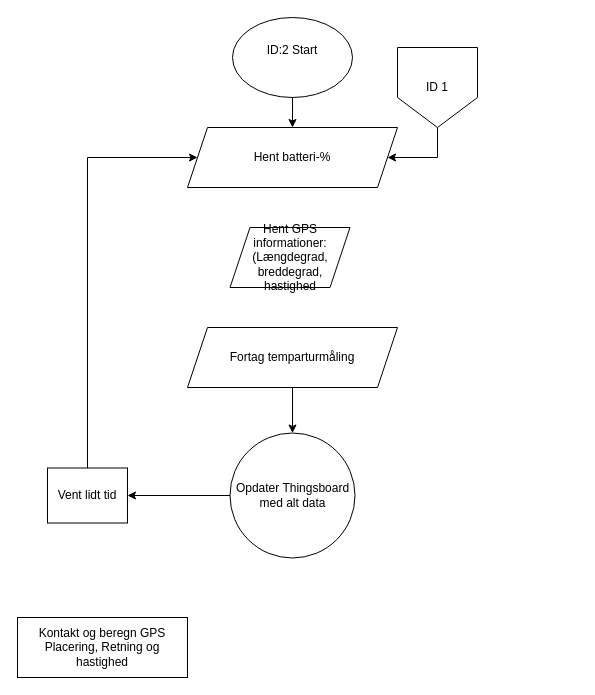
Before: SW FlowCharts/ID2 V1 Info på Display.drawio in KEA-E24-B9-IOT1/E24-B9-IoT1, a draw.io diagram. Source tidied: cells renumbered, new cells numbered last; positions are measured from the earlier drawing's top-left corner, leaving out a move shared by most shapes. Both pictures are drawn from the tidied source at 100%, with x=0, y=0 at pixel (17, 17).
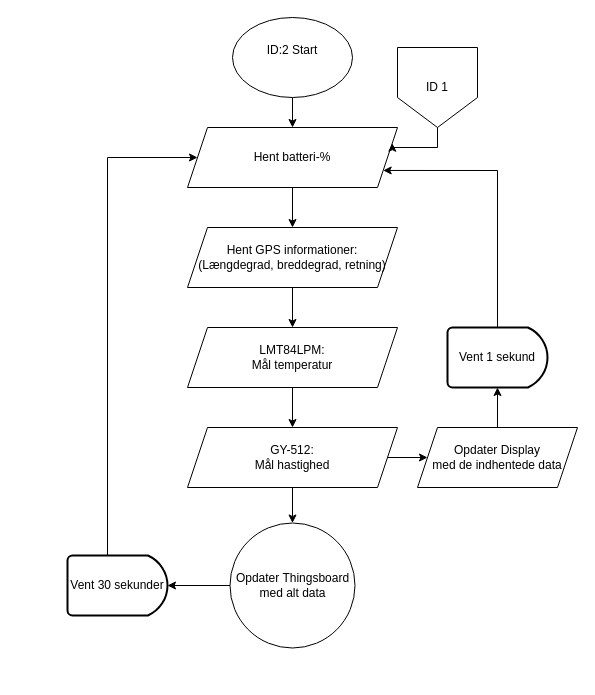
Above is the later version.

Unchanged cells that the change refers to:
```xml
<mxCell id="4" value="Hent batteri-%" style="shape=parallelogram;perimeter=parallelogramPerimeter;whiteSpace=wrap;html=1;fixedSize=1;rounded=0;" parent="1" vertex="1">
  <mxGeometry x="170" y="110" width="210" height="60" as="geometry" />
</mxCell>
<mxCell id="13" value="ID 1" style="shape=offPageConnector;whiteSpace=wrap;html=1;" parent="1" vertex="1">
  <mxGeometry x="380" y="30" width="80" height="80" as="geometry" />
</mxCell>
```

The edit, as a diff of the source:
```diff
@@
-    <mxCell id="5" style="edgeStyle=orthogonalEdgeStyle;rounded=0;jettySize=auto;html=1;" parent="1" edge="1" source="6" target="8">
-      <mxGeometry relative="1" as="geometry" />
-    </mxCell>
+    <mxCell id="15" style="edgeStyle=orthogonalEdgeStyle;rounded=0;jettySize=auto;html=1;" parent="1" edge="1" source="6" target="21">
+      <mxGeometry relative="1" as="geometry" />
+    </mxCell>
     <mxCell id="6" value="Opdater Thingsboard med alt data" style="ellipse;whiteSpace=wrap;html=1;" parent="1" vertex="1">
-      <mxGeometry x="212.5" y="415.5" width="125" height="125" as="geometry" />
+      <mxGeometry x="212.5" y="505.5" width="125" height="125" as="geometry" />
     </mxCell>
-    <mxCell id="7" style="edgeStyle=orthogonalEdgeStyle;rounded=0;jettySize=auto;html=1;entryX=0;entryY=0.5;entryDx=0;entryDy=0;" parent="1" edge="1" source="8" target="4">
+    <mxCell id="7" style="edgeStyle=orthogonalEdgeStyle;rounded=0;jettySize=auto;html=1;entryX=0;entryY=0.5;entryDx=0;entryDy=0;exitX=0.4;exitY=0;exitDx=0;exitDy=0;exitPerimeter=0;" parent="1" edge="1" source="21" target="4">
       <mxGeometry relative="1" as="geometry">
         <Array as="points">
-          <mxPoint x="70" y="140" />
+          <mxPoint x="90" y="140" />
         </Array>
       </mxGeometry>
     </mxCell>
-    <mxCell id="8" value="Vent lidt tid" style="rounded=0;whiteSpace=wrap;html=1;" parent="1" vertex="1">
-      <mxGeometry x="30" y="450.5" width="80" height="55" as="geometry" />
-    </mxCell>
-    <mxCell id="9" value="Kontakt og beregn GPS Placering, Retning og hastighed" style="rounded=0;whiteSpace=wrap;html=1;" parent="1" vertex="1">
-      <mxGeometry y="600" width="170" height="60" as="geometry" />
-    </mxCell>
-    <mxCell id="10" style="edgeStyle=orthogonalEdgeStyle;rounded=0;jettySize=auto;html=1;" parent="1" edge="1" source="11" target="6">
-      <mxGeometry relative="1" as="geometry" />
-    </mxCell>
+    <mxCell id="16" style="edgeStyle=orthogonalEdgeStyle;rounded=0;jettySize=auto;html=1;" parent="1" edge="1" source="11" target="20">
+      <mxGeometry relative="1" as="geometry" />
+    </mxCell>
-    <mxCell id="11" value="Fortag temparturmåling" style="shape=parallelogram;perimeter=parallelogramPerimeter;whiteSpace=wrap;html=1;fixedSize=1;rounded=0;" parent="1" vertex="1">
+    <mxCell id="11" value="&lt;div&gt;LMT84LPM:&lt;/div&gt;&lt;div&gt;Mål temperatur&lt;br&gt;&lt;/div&gt;" style="shape=parallelogram;perimeter=parallelogramPerimeter;whiteSpace=wrap;html=1;fixedSize=1;rounded=0;" parent="1" vertex="1">
       <mxGeometry x="170" y="310" width="210" height="60" as="geometry" />
     </mxCell>
-    <mxCell id="12" style="edgeStyle=orthogonalEdgeStyle;rounded=0;jettySize=auto;html=1;exitX=0.5;exitY=1;exitDx=0;exitDy=0;entryX=1;entryY=0.5;entryDx=0;entryDy=0;" parent="1" edge="1" source="13" target="4">
-      <mxGeometry relative="1" as="geometry">
-        <Array as="points">
-          <mxPoint x="420" y="140" />
-        </Array>
-      </mxGeometry>
+    <mxCell id="12" style="edgeStyle=orthogonalEdgeStyle;rounded=0;jettySize=auto;html=1;exitX=0.5;exitY=1;exitDx=0;exitDy=0;entryX=1;entryY=0.25;entryDx=0;entryDy=0;" parent="1" edge="1" source="13" target="4">
+      <mxGeometry relative="1" as="geometry" />
     </mxCell>
@@
+    <mxCell id="17" style="edgeStyle=orthogonalEdgeStyle;rounded=0;jettySize=auto;html=1;" parent="1" edge="1" source="14" target="11">
+      <mxGeometry relative="1" as="geometry" />
+    </mxCell>
-    <mxCell id="14" value="Hent GPS informationer:&lt;br&gt;(Længdegrad, breddegrad, hastighed" style="shape=parallelogram;perimeter=parallelogramPerimeter;whiteSpace=wrap;html=1;fixedSize=1;" parent="1" vertex="1">
-      <mxGeometry x="212.5" y="210" width="120" height="60" as="geometry" />
+    <mxCell id="14" value="Hent GPS informationer:&lt;br&gt;(Længdegrad, breddegrad, retning)" style="shape=parallelogram;perimeter=parallelogramPerimeter;whiteSpace=wrap;html=1;fixedSize=1;" parent="1" vertex="1">
+      <mxGeometry x="170" y="210" width="210" height="60" as="geometry" />
     </mxCell>
+    <mxCell id="18" style="edgeStyle=orthogonalEdgeStyle;rounded=0;jettySize=auto;html=1;" parent="1" edge="1" source="20" target="6">
+      <mxGeometry relative="1" as="geometry" />
+    </mxCell>
+    <mxCell id="19" style="edgeStyle=orthogonalEdgeStyle;rounded=0;jettySize=auto;html=1;exitX=1;exitY=0.5;exitDx=0;exitDy=0;entryX=0;entryY=0.5;entryDx=0;entryDy=0;" parent="1" edge="1" source="20" target="23">
+      <mxGeometry relative="1" as="geometry" />
+    </mxCell>
+    <mxCell id="20" value="GY-512:&lt;br&gt;Mål hastighed" style="shape=parallelogram;perimeter=parallelogramPerimeter;whiteSpace=wrap;html=1;fixedSize=1;rounded=0;" parent="1" vertex="1">
+      <mxGeometry x="170" y="410" width="210" height="60" as="geometry" />
+    </mxCell>
+    <mxCell id="21" value="Vent 30 sekunder" style="strokeWidth=2;html=1;shape=mxgraph.flowchart.delay;whiteSpace=wrap;" parent="1" vertex="1">
+      <mxGeometry x="50" y="538" width="100" height="60" as="geometry" />
+    </mxCell>
+    <mxCell id="22" style="edgeStyle=orthogonalEdgeStyle;rounded=0;jettySize=auto;html=1;" parent="1" edge="1" source="23" target="26">
+      <mxGeometry relative="1" as="geometry" />
+    </mxCell>
+    <mxCell id="23" value="&lt;div&gt;Opdater Display&lt;/div&gt;&lt;div&gt;med de indhentede data&lt;br&gt;&lt;/div&gt;" style="shape=parallelogram;perimeter=parallelogramPerimeter;whiteSpace=wrap;html=1;fixedSize=1;" parent="1" vertex="1">
+      <mxGeometry x="400" y="410" width="160" height="60" as="geometry" />
+    </mxCell>
+    <mxCell id="24" style="edgeStyle=orthogonalEdgeStyle;rounded=0;jettySize=auto;html=1;" parent="1" edge="1" source="4" target="14">
+      <mxGeometry relative="1" as="geometry" />
+    </mxCell>
+    <mxCell id="25" style="edgeStyle=orthogonalEdgeStyle;rounded=0;jettySize=auto;html=1;exitX=0.5;exitY=0;exitDx=0;exitDy=0;exitPerimeter=0;entryX=1;entryY=0.75;entryDx=0;entryDy=0;" parent="1" edge="1" source="26" target="4">
+      <mxGeometry relative="1" as="geometry">
+        <Array as="points">
+          <mxPoint x="480" y="153" />
+        </Array>
+      </mxGeometry>
+    </mxCell>
+    <mxCell id="26" value="Vent 1 sekund" style="strokeWidth=2;html=1;shape=mxgraph.flowchart.delay;whiteSpace=wrap;" parent="1" vertex="1">
+      <mxGeometry x="430" y="310" width="100" height="60" as="geometry" />
+    </mxCell>
```
